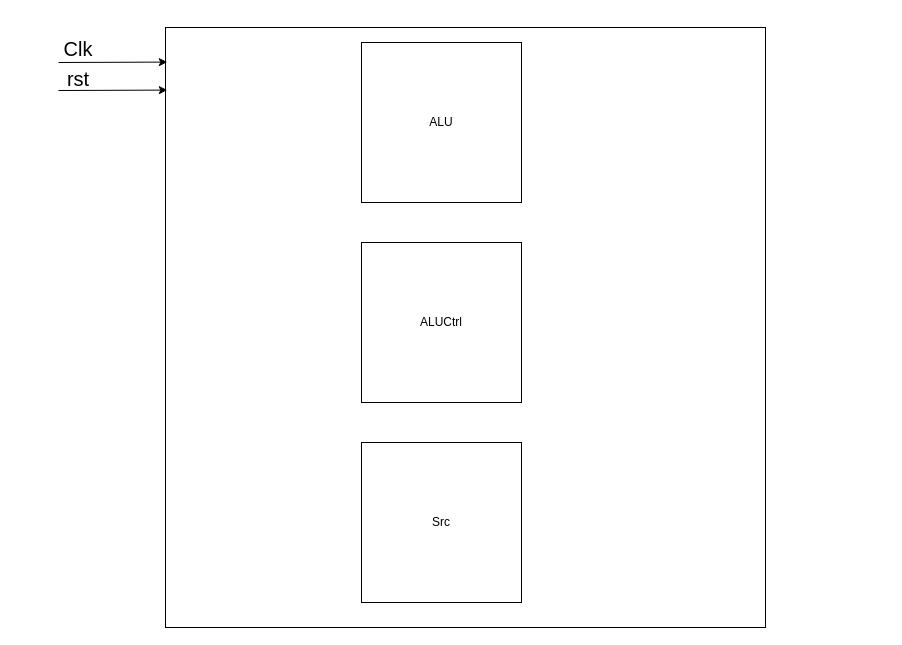
Above: page "EXE" (4 of 6) of VLSIHW1.drawio in yuchengwang1121/VLSI-System-Design (draw.io), before the change. Source tidied: cells renumbered, new cells numbered last; positions are measured from the earlier drawing's top-left corner, leaving out a move shared by most shapes. Both pictures are drawn from the tidied source at 100%, with x=0, y=0 at pixel (48, 26).
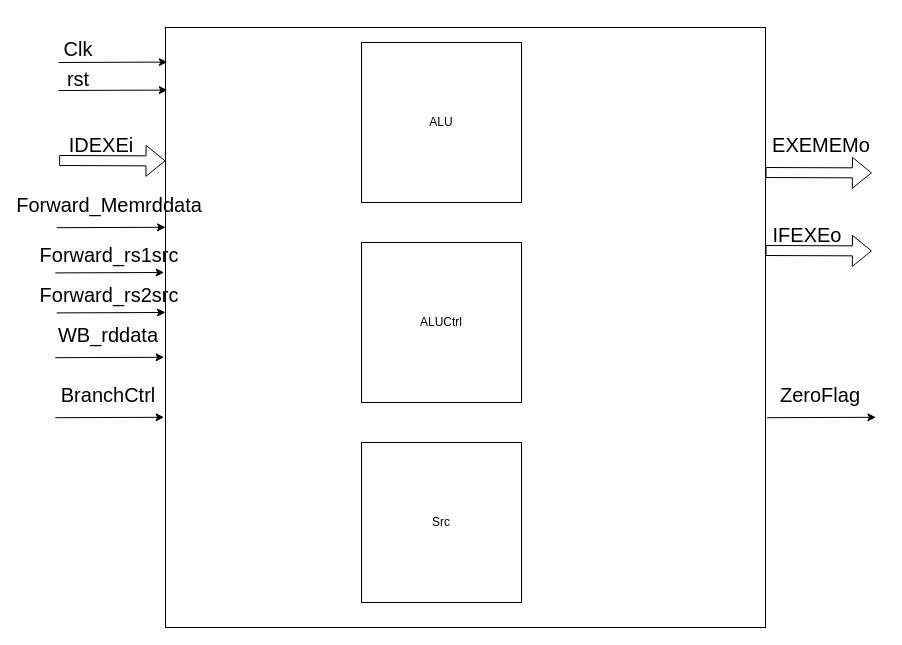
Above is the later version.

Change to the diagram source:
```diff
@@
+    <mxCell id="10" style="shape=flexArrow;endArrow=classic;html=1;rounded=0;fontSize=20;strokeWidth=1;entryX=-0.006;entryY=0.394;entryDx=0;entryDy=0;entryPerimeter=0;" parent="1" edge="1">
+      <mxGeometry relative="1" as="geometry">
+        <mxPoint x="10.6" y="134" as="sourcePoint" />
+        <mxPoint x="117" y="134.4" as="targetPoint" />
+      </mxGeometry>
+    </mxCell>
+    <mxCell id="11" value="&lt;font style=&quot;font-size: 20px;&quot;&gt;IDEXEi&lt;/font&gt;" style="text;html=1;strokeColor=none;fillColor=none;align=center;verticalAlign=middle;whiteSpace=wrap;rounded=0;fontSize=40;" parent="1" vertex="1">
+      <mxGeometry x="22.6" y="96" width="60" height="30" as="geometry" />
+    </mxCell>
+    <mxCell id="12" style="endArrow=classic;html=1;rounded=0;fontSize=40;strokeWidth=1;entryX=-0.002;entryY=0.126;entryDx=0;entryDy=0;entryPerimeter=0;" parent="1" edge="1">
+      <mxGeometry relative="1" as="geometry">
+        <mxPoint x="6.8" y="331.2" as="sourcePoint" />
+        <mxPoint x="115.6" y="330.8" as="targetPoint" />
+      </mxGeometry>
+    </mxCell>
+    <mxCell id="13" value="&lt;font style=&quot;font-size: 20px;&quot;&gt;WB_rddata&lt;/font&gt;" style="text;html=1;strokeColor=none;fillColor=none;align=center;verticalAlign=middle;whiteSpace=wrap;rounded=0;fontSize=40;" parent="1" vertex="1">
+      <mxGeometry x="29.8" y="286" width="60" height="30" as="geometry" />
+    </mxCell>
+    <mxCell id="14" style="endArrow=classic;html=1;rounded=0;fontSize=40;strokeWidth=1;entryX=-0.002;entryY=0.126;entryDx=0;entryDy=0;entryPerimeter=0;" parent="1" edge="1">
+      <mxGeometry relative="1" as="geometry">
+        <mxPoint x="8.2" y="286.4" as="sourcePoint" />
+        <mxPoint x="117" y="286" as="targetPoint" />
+      </mxGeometry>
+    </mxCell>
+    <mxCell id="15" value="&lt;font style=&quot;font-size: 20px;&quot;&gt;Forward_rs2src&lt;/font&gt;" style="text;html=1;strokeColor=none;fillColor=none;align=center;verticalAlign=middle;whiteSpace=wrap;rounded=0;fontSize=40;" parent="1" vertex="1">
+      <mxGeometry x="31.2" y="246" width="60" height="30" as="geometry" />
+    </mxCell>
+    <mxCell id="16" style="endArrow=classic;html=1;rounded=0;fontSize=40;strokeWidth=1;entryX=-0.002;entryY=0.126;entryDx=0;entryDy=0;entryPerimeter=0;" parent="1" edge="1">
+      <mxGeometry relative="1" as="geometry">
+        <mxPoint x="6.8" y="246.4" as="sourcePoint" />
+        <mxPoint x="115.6" y="246" as="targetPoint" />
+      </mxGeometry>
+    </mxCell>
+    <mxCell id="17" value="&lt;font style=&quot;font-size: 20px;&quot;&gt;Forward_rs1src&lt;/font&gt;" style="text;html=1;strokeColor=none;fillColor=none;align=center;verticalAlign=middle;whiteSpace=wrap;rounded=0;fontSize=40;" parent="1" vertex="1">
+      <mxGeometry x="31.2" y="206" width="60" height="30" as="geometry" />
+    </mxCell>
+    <mxCell id="18" style="endArrow=classic;html=1;rounded=0;fontSize=40;strokeWidth=1;entryX=-0.002;entryY=0.126;entryDx=0;entryDy=0;entryPerimeter=0;" parent="1" edge="1">
+      <mxGeometry relative="1" as="geometry">
+        <mxPoint x="8.2" y="201.2" as="sourcePoint" />
+        <mxPoint x="117" y="200.8" as="targetPoint" />
+      </mxGeometry>
+    </mxCell>
+    <mxCell id="19" value="&lt;font style=&quot;font-size: 20px;&quot;&gt;Forward_Memrddata&lt;/font&gt;" style="text;html=1;strokeColor=none;fillColor=none;align=center;verticalAlign=middle;whiteSpace=wrap;rounded=0;fontSize=40;" parent="1" vertex="1">
+      <mxGeometry x="31.2" y="156" width="60" height="30" as="geometry" />
+    </mxCell>
+    <mxCell id="20" style="endArrow=classic;html=1;rounded=0;fontSize=40;strokeWidth=1;entryX=-0.002;entryY=0.126;entryDx=0;entryDy=0;entryPerimeter=0;" parent="1" edge="1">
+      <mxGeometry relative="1" as="geometry">
+        <mxPoint x="6.8" y="391.2" as="sourcePoint" />
+        <mxPoint x="115.6" y="390.8" as="targetPoint" />
+      </mxGeometry>
+    </mxCell>
+    <mxCell id="21" value="&lt;font style=&quot;font-size: 20px;&quot;&gt;BranchCtrl&lt;/font&gt;" style="text;html=1;strokeColor=none;fillColor=none;align=center;verticalAlign=middle;whiteSpace=wrap;rounded=0;fontSize=40;" parent="1" vertex="1">
+      <mxGeometry x="29.8" y="346" width="60" height="30" as="geometry" />
+    </mxCell>
+    <mxCell id="22" style="shape=flexArrow;endArrow=classic;html=1;rounded=0;fontSize=20;strokeWidth=1;entryX=-0.006;entryY=0.394;entryDx=0;entryDy=0;entryPerimeter=0;" parent="1" edge="1">
+      <mxGeometry relative="1" as="geometry">
+        <mxPoint x="717" y="146" as="sourcePoint" />
+        <mxPoint x="823.4" y="146.4" as="targetPoint" />
+      </mxGeometry>
+    </mxCell>
+    <mxCell id="23" value="&lt;font style=&quot;font-size: 20px;&quot;&gt;EXEMEMo&lt;/font&gt;" style="text;html=1;strokeColor=none;fillColor=none;align=center;verticalAlign=middle;whiteSpace=wrap;rounded=0;fontSize=40;" parent="1" vertex="1">
+      <mxGeometry x="743" y="96" width="60" height="30" as="geometry" />
+    </mxCell>
+    <mxCell id="24" style="shape=flexArrow;endArrow=classic;html=1;rounded=0;fontSize=20;strokeWidth=1;entryX=-0.006;entryY=0.394;entryDx=0;entryDy=0;entryPerimeter=0;" parent="1" edge="1">
+      <mxGeometry relative="1" as="geometry">
+        <mxPoint x="717" y="224" as="sourcePoint" />
+        <mxPoint x="823.4" y="224.4" as="targetPoint" />
+      </mxGeometry>
+    </mxCell>
+    <mxCell id="25" value="&lt;font style=&quot;font-size: 20px;&quot;&gt;IFEXEo&lt;/font&gt;" style="text;html=1;strokeColor=none;fillColor=none;align=center;verticalAlign=middle;whiteSpace=wrap;rounded=0;fontSize=40;" parent="1" vertex="1">
+      <mxGeometry x="729" y="186" width="60" height="30" as="geometry" />
+    </mxCell>
+    <mxCell id="26" style="endArrow=classic;html=1;rounded=0;fontSize=40;strokeWidth=1;entryX=-0.002;entryY=0.126;entryDx=0;entryDy=0;entryPerimeter=0;" parent="1" edge="1">
+      <mxGeometry relative="1" as="geometry">
+        <mxPoint x="718.6" y="391.2" as="sourcePoint" />
+        <mxPoint x="827.4" y="390.8" as="targetPoint" />
+      </mxGeometry>
+    </mxCell>
+    <mxCell id="27" value="&lt;font style=&quot;font-size: 20px;&quot;&gt;ZeroFlag&lt;/font&gt;" style="text;html=1;strokeColor=none;fillColor=none;align=center;verticalAlign=middle;whiteSpace=wrap;rounded=0;fontSize=40;" parent="1" vertex="1">
+      <mxGeometry x="741.6" y="346" width="60" height="30" as="geometry" />
+    </mxCell>
```
